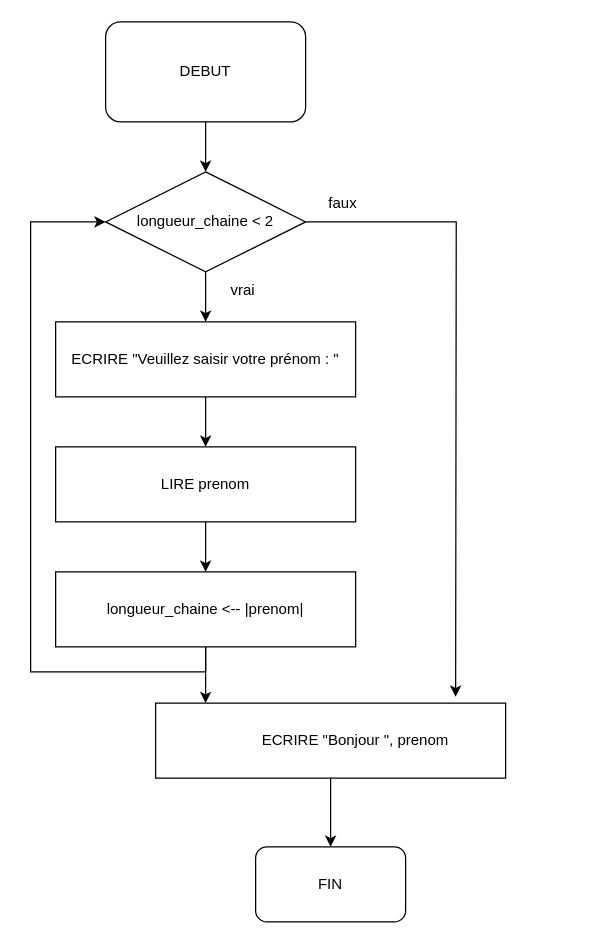
Before: ALGORITHME/3.1 Controler la saisie.drawio in D-CRAVO/FORMATION-DWWM-2022, a draw.io diagram. Source tidied: cells renumbered, new cells numbered last; positions are measured from the earlier drawing's top-left corner, leaving out a move shared by most shapes. Both pictures are drawn from the tidied source at 125%, with x=0, y=0 at pixel (30, 21).
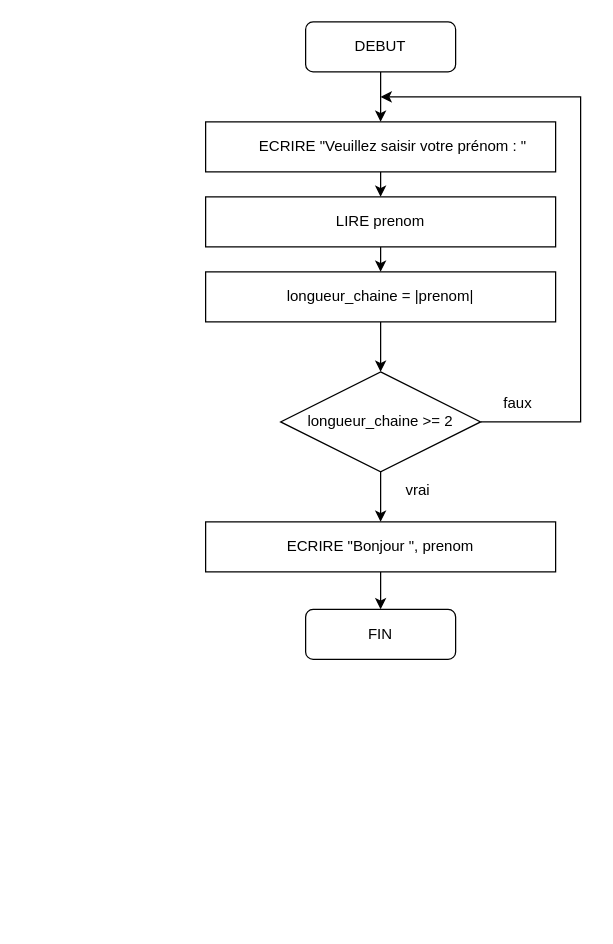
The same diagram, later.

The edit, as a diff of the source:
```diff
@@
-    <mxCell id="2" style="rounded=1;whiteSpace=wrap;html=1;fillColor=none;" parent="1" vertex="1">
-      <mxGeometry x="60" width="160" height="80" as="geometry" />
-    </mxCell>
+    <mxCell id="26" style="edgeStyle=orthogonalEdgeStyle;rounded=0;jettySize=auto;html=1;exitX=0.5;exitY=1;exitDx=0;exitDy=0;entryX=0.5;entryY=0;entryDx=0;entryDy=0;" parent="1" edge="1" source="27" target="29">
+      <mxGeometry relative="1" as="geometry" />
+    </mxCell>
+    <mxCell id="27" style="rounded=1;whiteSpace=wrap;html=1;fillColor=none;" parent="1" vertex="1">
+      <mxGeometry x="220" width="120" height="40" as="geometry" />
+    </mxCell>
     <mxCell id="3" value="DEBUT" style="text;html=1;strokeColor=none;fillColor=none;align=center;verticalAlign=middle;whiteSpace=wrap;rounded=0;" parent="1" vertex="1">
-      <mxGeometry x="110" y="25" width="60" height="30" as="geometry" />
+      <mxGeometry x="250" y="5" width="60" height="30" as="geometry" />
     </mxCell>
-    <mxCell id="4" style="edgeStyle=orthogonalEdgeStyle;rounded=0;jettySize=auto;html=1;" parent="1" edge="1" source="5">
-      <mxGeometry relative="1" as="geometry">
-        <mxPoint x="340" y="540" as="targetPoint" />
-      </mxGeometry>
-    </mxCell>
-    <mxCell id="5" style="rhombus;whiteSpace=wrap;html=1;fillColor=none;" parent="1" vertex="1">
-      <mxGeometry x="60" y="120" width="160" height="80" as="geometry" />
-    </mxCell>
-    <mxCell id="6" value="longueur_chaine &amp;lt; 2" style="text;html=1;strokeColor=none;fillColor=none;align=center;verticalAlign=middle;whiteSpace=wrap;rounded=0;" parent="1" vertex="1">
-      <mxGeometry x="70" y="145" width="140" height="30" as="geometry" />
-    </mxCell>
-    <mxCell id="7" style="rounded=0;whiteSpace=wrap;html=1;fillColor=none;" parent="1" vertex="1">
-      <mxGeometry x="20" y="240" width="240" height="60" as="geometry" />
-    </mxCell>
     <mxCell id="8" value="ECRIRE &quot;Veuillez saisir votre prénom : &quot;" style="text;html=1;strokeColor=none;fillColor=none;align=center;verticalAlign=middle;whiteSpace=wrap;rounded=0;" parent="1" vertex="1">
-      <mxGeometry x="20" y="250" width="240" height="40" as="geometry" />
+      <mxGeometry x="170" y="90" width="240" height="20" as="geometry" />
     </mxCell>
-    <mxCell id="9" style="rounded=0;whiteSpace=wrap;html=1;fillColor=none;" parent="1" vertex="1">
-      <mxGeometry x="20" y="340" width="240" height="60" as="geometry" />
-    </mxCell>
+    <mxCell id="28" style="edgeStyle=orthogonalEdgeStyle;rounded=0;jettySize=auto;html=1;exitX=0.5;exitY=1;exitDx=0;exitDy=0;entryX=0.5;entryY=0;entryDx=0;entryDy=0;" parent="1" edge="1" source="29" target="31">
+      <mxGeometry relative="1" as="geometry" />
+    </mxCell>
+    <mxCell id="29" style="rounded=0;whiteSpace=wrap;html=1;fillColor=none;" parent="1" vertex="1">
+      <mxGeometry x="140" y="80" width="280" height="40" as="geometry" />
+    </mxCell>
     <mxCell id="10" value="LIRE prenom" style="text;html=1;strokeColor=none;fillColor=none;align=center;verticalAlign=middle;whiteSpace=wrap;rounded=0;" parent="1" vertex="1">
-      <mxGeometry x="20" y="355" width="240" height="30" as="geometry" />
+      <mxGeometry x="160" y="152.5" width="240" height="15" as="geometry" />
     </mxCell>
-    <mxCell id="11" style="edgeStyle=orthogonalEdgeStyle;rounded=0;jettySize=auto;html=1;entryX=0;entryY=0.5;entryDx=0;entryDy=0;" parent="1" edge="1" source="12" target="5">
-      <mxGeometry relative="1" as="geometry">
-        <Array as="points">
-          <mxPoint x="140" y="520" />
-          <mxPoint y="520" />
-          <mxPoint y="160" />
-        </Array>
-      </mxGeometry>
-    </mxCell>
-    <mxCell id="12" style="rounded=0;whiteSpace=wrap;html=1;fillColor=none;" parent="1" vertex="1">
-      <mxGeometry x="20" y="440" width="240" height="60" as="geometry" />
-    </mxCell>
-    <mxCell id="13" value="longueur_chaine &amp;lt;-- |prenom|" style="text;html=1;strokeColor=none;fillColor=none;align=center;verticalAlign=middle;whiteSpace=wrap;rounded=0;" parent="1" vertex="1">
-      <mxGeometry x="20" y="455" width="240" height="30" as="geometry" />
-    </mxCell>
-    <mxCell id="14" style="rounded=0;whiteSpace=wrap;html=1;fillColor=none;" parent="1" vertex="1">
-      <mxGeometry x="100" y="545" width="280" height="60" as="geometry" />
-    </mxCell>
+    <mxCell id="30" style="edgeStyle=orthogonalEdgeStyle;rounded=0;jettySize=auto;html=1;exitX=0.5;exitY=1;exitDx=0;exitDy=0;entryX=0.5;entryY=0;entryDx=0;entryDy=0;" parent="1" edge="1" source="31" target="34">
+      <mxGeometry relative="1" as="geometry" />
+    </mxCell>
+    <mxCell id="31" style="rounded=0;whiteSpace=wrap;html=1;fillColor=none;" parent="1" vertex="1">
+      <mxGeometry x="140" y="140" width="280" height="40" as="geometry" />
+    </mxCell>
+    <mxCell id="32" value="longueur_chaine = |prenom|" style="text;html=1;strokeColor=none;fillColor=none;align=center;verticalAlign=middle;whiteSpace=wrap;rounded=0;" parent="1" vertex="1">
+      <mxGeometry x="160" y="210" width="240" height="20" as="geometry" />
+    </mxCell>
+    <mxCell id="33" style="edgeStyle=orthogonalEdgeStyle;rounded=0;jettySize=auto;html=1;exitX=0.5;exitY=1;exitDx=0;exitDy=0;entryX=0.5;entryY=0;entryDx=0;entryDy=0;" parent="1" edge="1" source="34" target="38">
+      <mxGeometry relative="1" as="geometry" />
+    </mxCell>
+    <mxCell id="34" style="rounded=0;whiteSpace=wrap;html=1;fillColor=none;" parent="1" vertex="1">
+      <mxGeometry x="140" y="200" width="280" height="40" as="geometry" />
+    </mxCell>
+    <mxCell id="35" value="longueur_chaine &amp;gt;= 2" style="text;html=1;strokeColor=none;fillColor=none;align=center;verticalAlign=middle;whiteSpace=wrap;rounded=0;" parent="1" vertex="1">
+      <mxGeometry x="220" y="310" width="120" height="20" as="geometry" />
+    </mxCell>
+    <mxCell id="36" style="edgeStyle=orthogonalEdgeStyle;rounded=0;jettySize=auto;html=1;exitX=0.5;exitY=1;exitDx=0;exitDy=0;entryX=0.5;entryY=0;entryDx=0;entryDy=0;" parent="1" edge="1" source="38" target="40">
+      <mxGeometry relative="1" as="geometry" />
+    </mxCell>
+    <mxCell id="37" style="edgeStyle=orthogonalEdgeStyle;rounded=0;jettySize=auto;html=1;exitX=1;exitY=0.5;exitDx=0;exitDy=0;" parent="1" edge="1" source="38">
+      <mxGeometry relative="1" as="geometry">
+        <mxPoint x="280" y="60" as="targetPoint" />
+        <Array as="points">
+          <mxPoint x="440" y="320" />
+          <mxPoint x="440" y="60" />
+        </Array>
+      </mxGeometry>
+    </mxCell>
+    <mxCell id="38" style="rhombus;whiteSpace=wrap;html=1;fillColor=none;" parent="1" vertex="1">
+      <mxGeometry x="200" y="280" width="160" height="80" as="geometry" />
+    </mxCell>
+    <mxCell id="39" style="edgeStyle=orthogonalEdgeStyle;rounded=0;jettySize=auto;html=1;exitX=0.5;exitY=1;exitDx=0;exitDy=0;entryX=0.5;entryY=0;entryDx=0;entryDy=0;" parent="1" edge="1" source="40" target="41">
+      <mxGeometry relative="1" as="geometry" />
+    </mxCell>
+    <mxCell id="40" style="rounded=0;whiteSpace=wrap;html=1;fillColor=none;" parent="1" vertex="1">
+      <mxGeometry x="140" y="400" width="280" height="40" as="geometry" />
+    </mxCell>
     <mxCell id="15" value="ECRIRE &quot;Bonjour &quot;, prenom" style="text;html=1;strokeColor=none;fillColor=none;align=center;verticalAlign=middle;whiteSpace=wrap;rounded=0;" parent="1" vertex="1">
-      <mxGeometry x="140" y="560" width="240" height="30" as="geometry" />
+      <mxGeometry x="160" y="405" width="240" height="30" as="geometry" />
     </mxCell>
-    <mxCell id="16" style="endArrow=classic;html=1;rounded=0;exitX=0.5;exitY=1;exitDx=0;exitDy=0;" parent="1" edge="1" source="2" target="5">
-      <mxGeometry relative="1" as="geometry" />
-    </mxCell>
-    <mxCell id="17" style="endArrow=classic;html=1;rounded=0;exitX=0.5;exitY=1;exitDx=0;exitDy=0;entryX=0.5;entryY=0;entryDx=0;entryDy=0;" parent="1" edge="1" source="5" target="7">
-      <mxGeometry relative="1" as="geometry" />
-    </mxCell>
-    <mxCell id="18" style="endArrow=classic;html=1;rounded=0;exitX=0.5;exitY=1;exitDx=0;exitDy=0;entryX=0.5;entryY=0;entryDx=0;entryDy=0;" parent="1" edge="1" source="7" target="9">
-      <mxGeometry relative="1" as="geometry" />
-    </mxCell>
-    <mxCell id="19" style="endArrow=classic;html=1;rounded=0;exitX=0.5;exitY=1;exitDx=0;exitDy=0;" parent="1" edge="1" source="9" target="12">
-      <mxGeometry relative="1" as="geometry" />
-    </mxCell>
-    <mxCell id="20" style="endArrow=classic;html=1;rounded=0;exitX=0.5;exitY=1;exitDx=0;exitDy=0;" parent="1" edge="1" source="12">
-      <mxGeometry relative="1" as="geometry">
-        <mxPoint x="140" y="545" as="targetPoint" />
-      </mxGeometry>
-    </mxCell>
+    <mxCell id="41" style="rounded=1;whiteSpace=wrap;html=1;fillColor=none;" parent="1" vertex="1">
+      <mxGeometry x="220" y="470" width="120" height="40" as="geometry" />
+    </mxCell>
     <mxCell id="21" value="FIN" style="text;html=1;strokeColor=none;fillColor=none;align=center;verticalAlign=middle;whiteSpace=wrap;rounded=0;" parent="1" vertex="1">
-      <mxGeometry x="210" y="675" width="60" height="30" as="geometry" />
+      <mxGeometry x="250" y="475" width="60" height="30" as="geometry" />
     </mxCell>
-    <mxCell id="22" style="rounded=1;whiteSpace=wrap;html=1;fillColor=none;" parent="1" vertex="1">
-      <mxGeometry x="180" y="660" width="120" height="60" as="geometry" />
-    </mxCell>
-    <mxCell id="23" style="endArrow=classic;html=1;rounded=0;entryX=0.5;entryY=0;entryDx=0;entryDy=0;" parent="1" edge="1" source="14" target="22">
-      <mxGeometry relative="1" as="geometry" />
-    </mxCell>
+    <mxCell id="25" value="faux" style="text;html=1;strokeColor=none;fillColor=none;align=center;verticalAlign=middle;whiteSpace=wrap;rounded=0;" parent="1" vertex="1">
+      <mxGeometry x="360" y="290" width="60" height="30" as="geometry" />
+    </mxCell>
     <mxCell id="24" value="vrai" style="text;html=1;strokeColor=none;fillColor=none;align=center;verticalAlign=middle;whiteSpace=wrap;rounded=0;" parent="1" vertex="1">
-      <mxGeometry x="140" y="200" width="60" height="30" as="geometry" />
+      <mxGeometry x="280" y="360" width="60" height="30" as="geometry" />
     </mxCell>
-    <mxCell id="25" value="faux" style="text;html=1;strokeColor=none;fillColor=none;align=center;verticalAlign=middle;whiteSpace=wrap;rounded=0;" parent="1" vertex="1">
-      <mxGeometry x="220" y="130" width="60" height="30" as="geometry" />
-    </mxCell>
```
